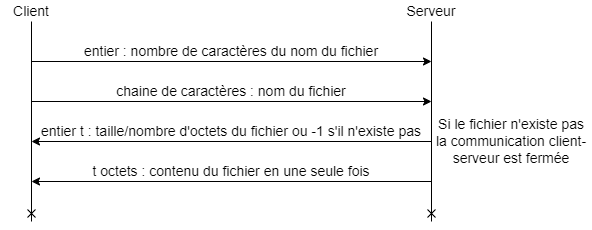
Before: protocolEtape1.drawio.png, a diagram exported from draw.io (Yalkann/ProjetFTP). Source tidied: cells renumbered, new cells last; positions are measured from the earlier drawing's top-left corner, leaving out a move shared by most shapes.
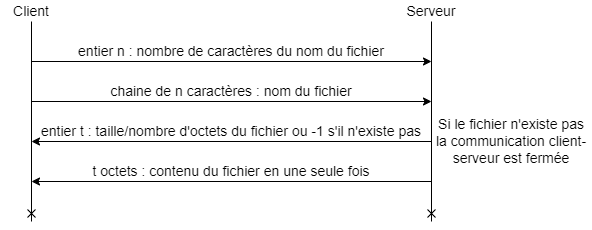
The same file after the commit.

What changed in the source:
```diff
@@ -26,7 +26,7 @@
         <mxPoint x="430" y="60" as="targetPoint" />
       </mxGeometry>
     </mxCell>
-    <mxCell id="7" value="entier : nombre de caractères du nom du fichier" style="text;html=1;strokeColor=none;fillColor=none;align=center;verticalAlign=middle;whiteSpace=wrap;rounded=0;fontSize=14;" parent="1" vertex="1">
+    <mxCell id="7" value="entier n : nombre de caractères du nom du fichier" style="text;html=1;strokeColor=none;fillColor=none;align=center;verticalAlign=middle;whiteSpace=wrap;rounded=0;fontSize=14;" parent="1" vertex="1">
       <mxGeometry x="30" y="40" width="400" height="20" as="geometry" />
     </mxCell>
     <mxCell id="8" style="endArrow=classic;html=1;rounded=0;fontSize=14;" parent="1" edge="1">
@@ -35,7 +35,7 @@
         <mxPoint x="430" y="100" as="targetPoint" />
       </mxGeometry>
     </mxCell>
-    <mxCell id="9" value="chaine de caractères : nom du fichier" style="text;html=1;strokeColor=none;fillColor=none;align=center;verticalAlign=middle;whiteSpace=wrap;rounded=0;fontSize=14;" parent="1" vertex="1">
+    <mxCell id="9" value="chaine de n caractères : nom du fichier" style="text;html=1;strokeColor=none;fillColor=none;align=center;verticalAlign=middle;whiteSpace=wrap;rounded=0;fontSize=14;" parent="1" vertex="1">
       <mxGeometry x="30" y="80" width="400" height="20" as="geometry" />
     </mxCell>
     <mxCell id="10" style="endArrow=classic;html=1;rounded=0;fontSize=14;" parent="1" edge="1">
```
